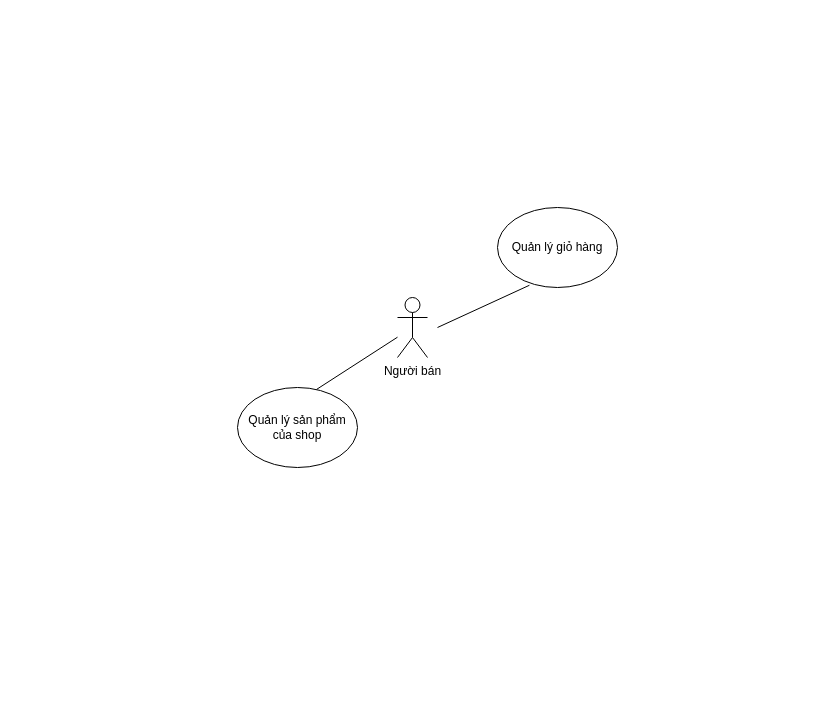
Earlier version of the draw.io diagram UsecaeSeller.drawio (NguyenQuocAn99/MyDiagram). Source tidied: cells renumbered, new cells numbered last; positions are measured from the earlier drawing's top-left corner, leaving out a move shared by most shapes. Both pictures are drawn from the tidied source at 100%, with x=0, y=0 at pixel (237, 207).
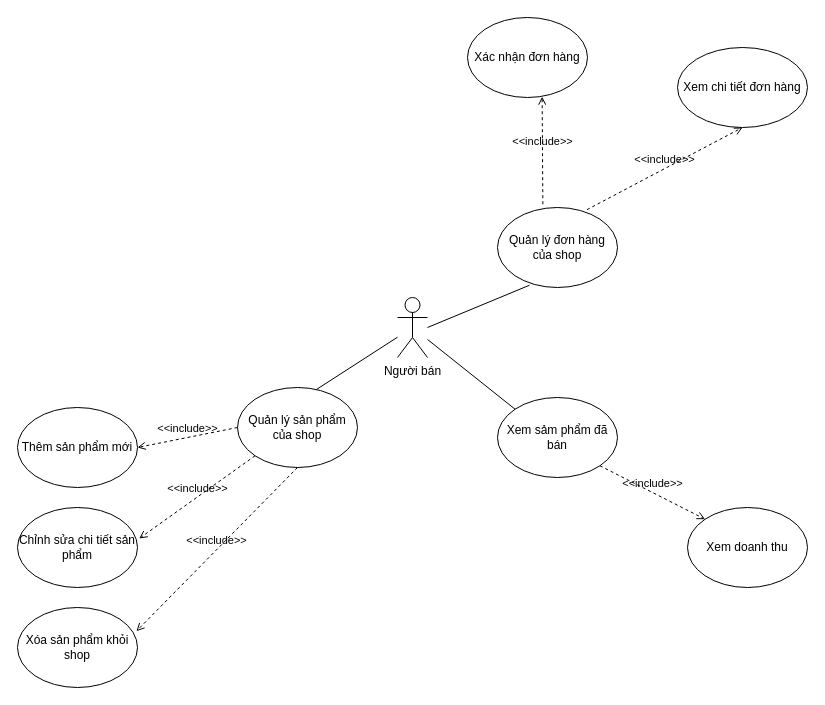
Above is the later version.

The change refers to these unchanged cells:
```xml
<mxCell id="2" value="Người bán" style="shape=umlActor;verticalLabelPosition=bottom;verticalAlign=top;html=1;outlineConnect=0;" parent="1" vertex="1">
  <mxGeometry x="160" y="90" width="30" height="60" as="geometry" />
</mxCell>
<mxCell id="3" value="Quản lý sản phẩm của shop" style="ellipse;whiteSpace=wrap;html=1;" parent="1" vertex="1">
  <mxGeometry y="180" width="120" height="80" as="geometry" />
</mxCell>
```

The edit, as a diff of the source:
```diff
@@
-    <mxCell id="4" value="Quản lý giỏ hàng" style="ellipse;whiteSpace=wrap;html=1;" parent="1" vertex="1">
+    <mxCell id="4" value="Quản lý đơn hàng của shop" style="ellipse;whiteSpace=wrap;html=1;" parent="1" vertex="1">
       <mxGeometry x="260" width="120" height="80" as="geometry" />
     </mxCell>
@@
     <mxCell id="6" style="endArrow=none;html=1;entryX=0.266;entryY=0.972;entryDx=0;entryDy=0;entryPerimeter=0;" parent="1" edge="1" target="4">
       <mxGeometry relative="1" as="geometry">
-        <mxPoint x="200" y="120" as="sourcePoint" />
+        <mxPoint x="190" y="120" as="sourcePoint" />
       </mxGeometry>
     </mxCell>
+    <mxCell id="7" value="Thêm sản phẩm mới" style="ellipse;whiteSpace=wrap;html=1;" parent="1" vertex="1">
+      <mxGeometry x="-220" y="200" width="120" height="80" as="geometry" />
+    </mxCell>
+    <mxCell id="8" value="Chỉnh sửa chi tiết sản phẩm" style="ellipse;whiteSpace=wrap;html=1;" parent="1" vertex="1">
+      <mxGeometry x="-220" y="300" width="120" height="80" as="geometry" />
+    </mxCell>
+    <mxCell id="9" value="Xóa sản phẩm khỏi shop" style="ellipse;whiteSpace=wrap;html=1;" parent="1" vertex="1">
+      <mxGeometry x="-220" y="400" width="120" height="80" as="geometry" />
+    </mxCell>
+    <mxCell id="10" value="&amp;lt;&amp;lt;include&amp;gt;&amp;gt;" style="html=1;verticalAlign=bottom;labelBackgroundColor=none;endArrow=open;endFill=0;dashed=1;exitX=0;exitY=0.5;exitDx=0;exitDy=0;entryX=1;entryY=0.5;entryDx=0;entryDy=0;" parent="1" edge="1" source="3" target="7">
+      <mxGeometry relative="1" as="geometry" />
+    </mxCell>
+    <mxCell id="11" value="&amp;lt;&amp;lt;include&amp;gt;&amp;gt;" style="html=1;verticalAlign=bottom;labelBackgroundColor=none;endArrow=open;endFill=0;dashed=1;exitX=0;exitY=1;exitDx=0;exitDy=0;entryX=1.014;entryY=0.388;entryDx=0;entryDy=0;entryPerimeter=0;" parent="1" edge="1" source="3" target="8">
+      <mxGeometry relative="1" as="geometry" />
+    </mxCell>
+    <mxCell id="12" value="&amp;lt;&amp;lt;include&amp;gt;&amp;gt;" style="html=1;verticalAlign=bottom;labelBackgroundColor=none;endArrow=open;endFill=0;dashed=1;exitX=0.5;exitY=1;exitDx=0;exitDy=0;entryX=0.991;entryY=0.296;entryDx=0;entryDy=0;entryPerimeter=0;" parent="1" edge="1" source="3" target="9">
+      <mxGeometry relative="1" as="geometry" />
+    </mxCell>
+    <mxCell id="13" value="Xác nhận đơn hàng" style="ellipse;whiteSpace=wrap;html=1;" parent="1" vertex="1">
+      <mxGeometry x="230" y="-190" width="120" height="80" as="geometry" />
+    </mxCell>
+    <mxCell id="14" value="Xem chi tiết đơn hàng" style="ellipse;whiteSpace=wrap;html=1;" parent="1" vertex="1">
+      <mxGeometry x="440" y="-160" width="130" height="80" as="geometry" />
+    </mxCell>
+    <mxCell id="15" value="&amp;lt;&amp;lt;include&amp;gt;&amp;gt;" style="html=1;verticalAlign=bottom;labelBackgroundColor=none;endArrow=open;endFill=0;dashed=1;exitX=0.378;exitY=-0.041;exitDx=0;exitDy=0;entryX=0.622;entryY=0.989;entryDx=0;entryDy=0;entryPerimeter=0;exitPerimeter=0;" parent="1" edge="1" source="4" target="13">
+      <mxGeometry relative="1" as="geometry" />
+    </mxCell>
+    <mxCell id="16" value="&amp;lt;&amp;lt;include&amp;gt;&amp;gt;" style="html=1;verticalAlign=bottom;labelBackgroundColor=none;endArrow=open;endFill=0;dashed=1;exitX=0.746;exitY=0.027;exitDx=0;exitDy=0;entryX=0.5;entryY=1;entryDx=0;entryDy=0;exitPerimeter=0;" parent="1" edge="1" source="4" target="14">
+      <mxGeometry relative="1" as="geometry" />
+    </mxCell>
+    <mxCell id="17" value="Xem sảm phẩm đã bán" style="ellipse;whiteSpace=wrap;html=1;" parent="1" vertex="1">
+      <mxGeometry x="260" y="190" width="120" height="80" as="geometry" />
+    </mxCell>
+    <mxCell id="18" style="endArrow=none;html=1;entryX=0;entryY=0;entryDx=0;entryDy=0;" parent="1" edge="1" source="2" target="17">
+      <mxGeometry relative="1" as="geometry" />
+    </mxCell>
+    <mxCell id="19" value="Xem doanh thu" style="ellipse;whiteSpace=wrap;html=1;" parent="1" vertex="1">
+      <mxGeometry x="450" y="300" width="120" height="80" as="geometry" />
+    </mxCell>
+    <mxCell id="20" value="&amp;lt;&amp;lt;include&amp;gt;&amp;gt;" style="html=1;verticalAlign=bottom;labelBackgroundColor=none;endArrow=open;endFill=0;dashed=1;exitX=1;exitY=1;exitDx=0;exitDy=0;entryX=0;entryY=0;entryDx=0;entryDy=0;" parent="1" edge="1" source="17" target="19">
+      <mxGeometry relative="1" as="geometry" />
+    </mxCell>
```
